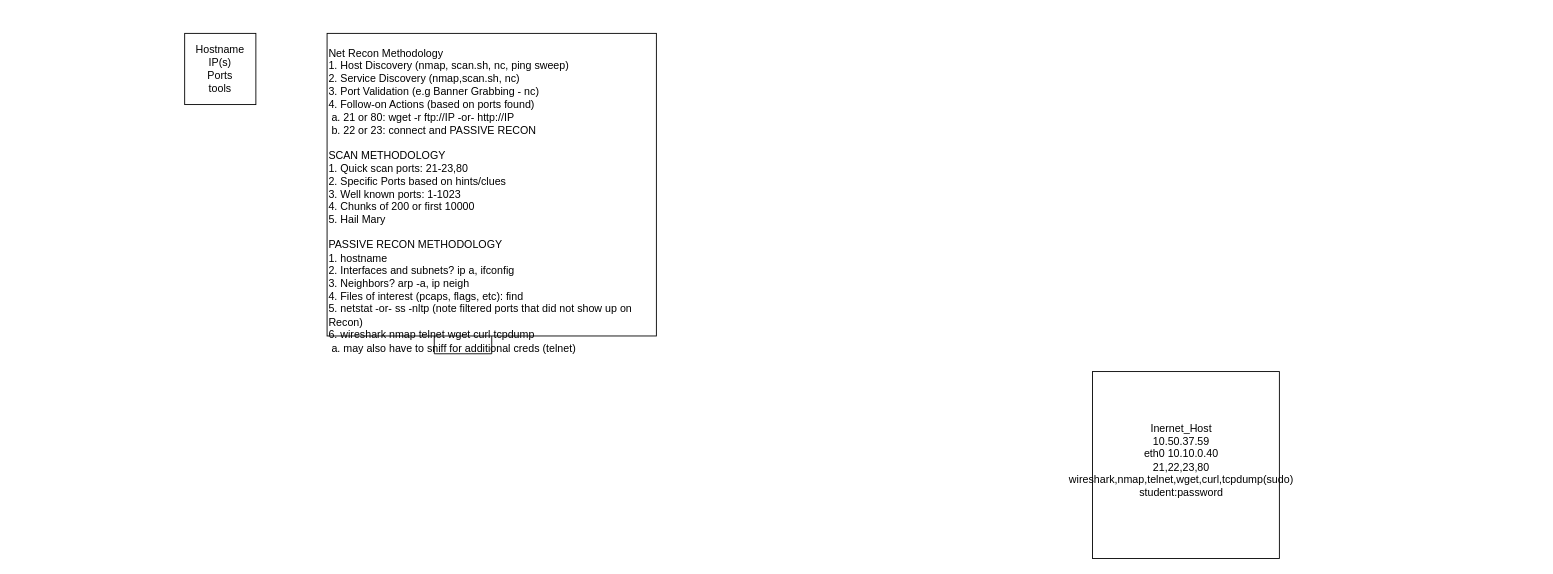
TheWaltuh/COSC-Notes keeps this draw.io diagram as Networking/Vacca/Untitled Diagram.drawio. Above is the earlier version. Source tidied: cells renumbered, new cells numbered last; positions are measured from the earlier drawing's top-left corner, leaving out a move shared by most shapes. Both pictures are drawn from the tidied source at 89%, with x=0, y=0 at pixel (15, 33).
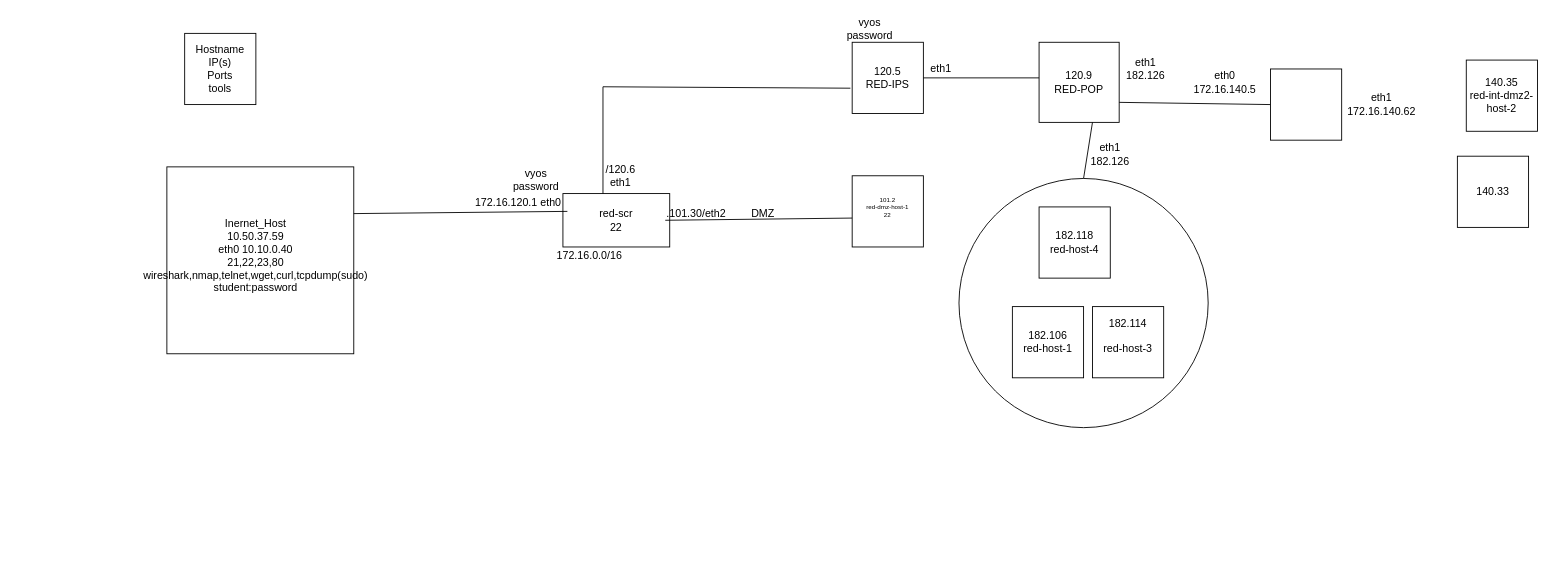
The same page after the edit.

The edit, as a diff of the source:
```diff
@@
+    <mxCell id="9" style="ellipse;whiteSpace=wrap;html=1;" parent="1" vertex="1">
+      <mxGeometry x="1060" y="163" width="280" height="280" as="geometry" />
+    </mxCell>
@@
     <mxCell id="4" style="whiteSpace=wrap;html=1;" parent="1" vertex="1">
-      <mxGeometry x="1210" y="380" width="210" height="210" as="geometry" />
+      <mxGeometry x="170" y="150" width="210" height="210" as="geometry" />
     </mxCell>
     <mxCell id="5" value="&lt;div&gt;Inernet_Host&lt;/div&gt;&lt;div&gt;10.50.37.59&lt;/div&gt;&lt;div&gt;eth0 10.10.0.40&lt;/div&gt;&lt;div&gt;21,22,23,80&lt;/div&gt;&lt;div&gt;wireshark,nmap,telnet,wget,curl,tcpdump(sudo)&lt;/div&gt;&lt;div&gt;student:password&lt;br&gt;&lt;/div&gt;" style="text;html=1;strokeColor=none;fillColor=none;align=center;verticalAlign=middle;whiteSpace=wrap;rounded=0;labelPosition=center;verticalLabelPosition=middle;" parent="1" vertex="1">
-      <mxGeometry x="1210" y="380" width="200" height="200" as="geometry" />
+      <mxGeometry x="170" y="150" width="200" height="200" as="geometry" />
     </mxCell>
-    <mxCell id="6" style="edgeStyle=orthogonalEdgeStyle;rounded=0;jettySize=auto;html=1;" parent="1" edge="1" source="7">
-      <mxGeometry relative="1" as="geometry">
-        <mxPoint x="470" y="240" as="targetPoint" />
-      </mxGeometry>
-    </mxCell>
-    <mxCell id="7" style="rounded=0;whiteSpace=wrap;html=1;" parent="1" vertex="1">
-      <mxGeometry x="350" width="370" height="340" as="geometry" />
-    </mxCell>
-    <mxCell id="8" value="&lt;div&gt;Net Recon Methodology&lt;/div&gt;&lt;div&gt;1. Host Discovery (nmap, scan.sh, nc, ping sweep)&lt;/div&gt;&lt;div&gt;2. Service Discovery (nmap,scan.sh, nc)&lt;/div&gt;&lt;div&gt;3. Port Validation (e.g Banner Grabbing - nc)&lt;/div&gt;&lt;div&gt;4. Follow-on Actions (based on ports found)&lt;/div&gt;&lt;div&gt;&lt;span style=&quot;white-space: pre;&quot;&gt; &lt;/span&gt;a. 21 or 80: wget -r ftp://IP -or- http://IP&lt;/div&gt;&lt;div&gt;&lt;span style=&quot;white-space: pre;&quot;&gt; &lt;/span&gt;b. 22 or 23: connect and PASSIVE RECON&lt;br&gt;&lt;/div&gt;&lt;div&gt;&lt;br&gt;&lt;/div&gt;&lt;div&gt;SCAN METHODOLOGY&lt;/div&gt;&lt;div&gt;1. Quick scan ports: 21-23,80&lt;/div&gt;&lt;div&gt;2. Specific Ports based on hints/clues&lt;/div&gt;&lt;div&gt;3. Well known ports: 1-1023&lt;/div&gt;&lt;div&gt;4. Chunks of 200 or first 10000&lt;/div&gt;&lt;div&gt;5. Hail Mary&lt;br&gt;&lt;/div&gt;&lt;div&gt;&lt;br&gt;&lt;/div&gt;&lt;div&gt;PASSIVE RECON METHODOLOGY&lt;br&gt;&lt;/div&gt;&lt;div&gt;1. hostname&lt;/div&gt;&lt;div&gt;2. Interfaces and subnets? ip a, ifconfig&lt;/div&gt;&lt;div&gt;3. Neighbors? arp -a, ip neigh&lt;/div&gt;&lt;div&gt;4. Files of interest (pcaps, flags, etc): find&lt;/div&gt;&lt;div&gt;5. netstat -or- ss -nltp (note filtered ports that did not show up on Recon)&lt;br&gt;&lt;/div&gt;&lt;div&gt;6. wireshark nmap telnet wget curl tcpdump&lt;/div&gt;&lt;div&gt;&lt;span style=&quot;white-space: pre;&quot;&gt; &lt;/span&gt;a. may also have to sniff for additional creds (telnet)&lt;br&gt;&lt;/div&gt;&lt;div&gt;&lt;br&gt;&lt;/div&gt;" style="text;html=1;strokeColor=none;fillColor=none;align=left;verticalAlign=middle;whiteSpace=wrap;rounded=0;labelPosition=right;verticalLabelPosition=middle;" parent="1" vertex="1">
-      <mxGeometry y="90" width="350" height="210" as="geometry" />
-    </mxCell>
+    <mxCell id="10" value="&lt;div&gt;red-scr&lt;br&gt;&lt;/div&gt;22" style="rounded=0;whiteSpace=wrap;html=1;" parent="1" vertex="1">
+      <mxGeometry x="615" y="180" width="120" height="60" as="geometry" />
+    </mxCell>
+    <mxCell id="11" value="&lt;div&gt;vyos&lt;/div&gt;&lt;div&gt;password&lt;br&gt;&lt;/div&gt;" style="text;html=1;strokeColor=none;fillColor=none;align=center;verticalAlign=middle;whiteSpace=wrap;rounded=0;" parent="1" vertex="1">
+      <mxGeometry x="555" y="150" width="60" height="30" as="geometry" />
+    </mxCell>
+    <mxCell id="12" value="140.33" style="whiteSpace=wrap;html=1;" parent="1" vertex="1">
+      <mxGeometry x="1620" y="138" width="80" height="80" as="geometry" />
+    </mxCell>
+    <mxCell id="13" value="&lt;div&gt;182.114&lt;/div&gt;&lt;div&gt;&lt;br&gt;&lt;/div&gt;&lt;div&gt;red-host-3&lt;/div&gt;&lt;div&gt;&lt;br&gt;&lt;/div&gt;" style="whiteSpace=wrap;html=1;" parent="1" vertex="1">
+      <mxGeometry x="1210" y="307" width="80" height="80" as="geometry" />
+    </mxCell>
+    <mxCell id="14" value="&lt;div&gt;182.118&lt;/div&gt;&lt;div&gt;red-host-4&lt;br&gt;&lt;/div&gt;" style="whiteSpace=wrap;html=1;" parent="1" vertex="1">
+      <mxGeometry x="1150" y="195" width="80" height="80" as="geometry" />
+    </mxCell>
+    <mxCell id="15" value="&lt;div&gt;140.35&lt;/div&gt;red-int-dmz2-host-2" style="whiteSpace=wrap;html=1;" parent="1" vertex="1">
+      <mxGeometry x="1630" y="30" width="80" height="80" as="geometry" />
+    </mxCell>
+    <mxCell id="16" value="&lt;div&gt;182.106&lt;/div&gt;&lt;div&gt;red-host-1&lt;br&gt;&lt;/div&gt;" style="whiteSpace=wrap;html=1;" parent="1" vertex="1">
+      <mxGeometry x="1120" y="307" width="80" height="80" as="geometry" />
+    </mxCell>
+    <mxCell id="17" value="172.16.0.0/16" style="text;html=1;strokeColor=none;fillColor=none;align=center;verticalAlign=middle;whiteSpace=wrap;rounded=0;" parent="1" vertex="1">
+      <mxGeometry x="615" y="235" width="60" height="30" as="geometry" />
+    </mxCell>
+    <mxCell id="18" value="&lt;div style=&quot;font-size: 7px;&quot;&gt;101.2&lt;/div&gt;&lt;div style=&quot;font-size: 7px;&quot;&gt;red-dmz-host-1&lt;/div&gt;&lt;div style=&quot;font-size: 7px;&quot;&gt;22&lt;/div&gt;&lt;div style=&quot;font-size: 7px;&quot;&gt;&lt;br style=&quot;font-size: 7px;&quot;&gt;&lt;/div&gt;" style="whiteSpace=wrap;html=1;fontSize=7;" parent="1" vertex="1">
+      <mxGeometry x="940" y="160" width="80" height="80" as="geometry" />
+    </mxCell>
+    <mxCell id="19" style="endArrow=none;html=1;rounded=0;entryX=0;entryY=0.594;entryDx=0;entryDy=0;entryPerimeter=0;" parent="1" edge="1" target="18">
+      <mxGeometry relative="1" as="geometry">
+        <mxPoint x="730" y="210" as="sourcePoint" />
+      </mxGeometry>
+    </mxCell>
+    <mxCell id="20" value="DMZ" style="text;html=1;strokeColor=none;fillColor=none;align=center;verticalAlign=middle;whiteSpace=wrap;rounded=0;" parent="1" vertex="1">
+      <mxGeometry x="810" y="188" width="60" height="30" as="geometry" />
+    </mxCell>
+    <mxCell id="21" value="&lt;div&gt;.101.30/eth2&lt;/div&gt;&lt;div&gt;&lt;br&gt;&lt;/div&gt;" style="text;html=1;strokeColor=none;fillColor=none;align=center;verticalAlign=middle;whiteSpace=wrap;rounded=0;" parent="1" vertex="1">
+      <mxGeometry x="735" y="195" width="60" height="30" as="geometry" />
+    </mxCell>
+    <mxCell id="22" value="&lt;div&gt;120.5&lt;/div&gt;&lt;div&gt;RED-IPS&lt;br&gt;&lt;/div&gt;" style="whiteSpace=wrap;html=1;" parent="1" vertex="1">
+      <mxGeometry x="940" y="10" width="80" height="80" as="geometry" />
+    </mxCell>
+    <mxCell id="23" style="endArrow=none;html=1;rounded=0;" parent="1" edge="1">
+      <mxGeometry relative="1" as="geometry">
+        <mxPoint x="660" y="180" as="sourcePoint" />
+        <mxPoint x="660" y="60" as="targetPoint" />
+      </mxGeometry>
+    </mxCell>
+    <mxCell id="24" style="endArrow=none;html=1;rounded=0;entryX=-0.025;entryY=0.645;entryDx=0;entryDy=0;entryPerimeter=0;" parent="1" edge="1" target="22">
+      <mxGeometry relative="1" as="geometry">
+        <mxPoint x="660" y="60" as="sourcePoint" />
+      </mxGeometry>
+    </mxCell>
+    <mxCell id="25" value="/120.6 eth1" style="text;html=1;strokeColor=none;fillColor=none;align=center;verticalAlign=middle;whiteSpace=wrap;rounded=0;" parent="1" vertex="1">
+      <mxGeometry x="650" y="145" width="60" height="30" as="geometry" />
+    </mxCell>
+    <mxCell id="26" value="&lt;div&gt;vyos&lt;/div&gt;&lt;div&gt;password&lt;br&gt;&lt;/div&gt;" style="text;html=1;strokeColor=none;fillColor=none;align=center;verticalAlign=middle;whiteSpace=wrap;rounded=0;" parent="1" vertex="1">
+      <mxGeometry x="930" y="-20" width="60" height="30" as="geometry" />
+    </mxCell>
+    <mxCell id="27" value="&lt;div&gt;120.9&lt;/div&gt;&lt;div&gt;RED-POP&lt;/div&gt;" style="whiteSpace=wrap;html=1;" parent="1" vertex="1">
+      <mxGeometry x="1150" y="10" width="90" height="90" as="geometry" />
+    </mxCell>
+    <mxCell id="28" style="endArrow=none;html=1;rounded=0;exitX=1;exitY=0.25;exitDx=0;exitDy=0;" parent="1" edge="1" source="4">
+      <mxGeometry relative="1" as="geometry">
+        <mxPoint x="620" y="200" as="targetPoint" />
+      </mxGeometry>
+    </mxCell>
+    <mxCell id="29" value="172.16.120.1 eth0" style="text;html=1;strokeColor=none;fillColor=none;align=center;verticalAlign=middle;whiteSpace=wrap;rounded=0;" parent="1" vertex="1">
+      <mxGeometry x="470" y="175" width="190" height="30" as="geometry" />
+    </mxCell>
+    <mxCell id="30" style="endArrow=none;html=1;rounded=0;" parent="1" edge="1" source="22">
+      <mxGeometry relative="1" as="geometry">
+        <mxPoint x="1150" y="50" as="targetPoint" />
+      </mxGeometry>
+    </mxCell>
+    <mxCell id="31" value="eth1" style="text;html=1;strokeColor=none;fillColor=none;align=center;verticalAlign=middle;whiteSpace=wrap;rounded=0;" parent="1" vertex="1">
+      <mxGeometry x="1010" y="25" width="60" height="30" as="geometry" />
+    </mxCell>
+    <mxCell id="32" value="eth1 182.126" style="text;html=1;strokeColor=none;fillColor=none;align=center;verticalAlign=middle;whiteSpace=wrap;rounded=0;" parent="1" vertex="1">
+      <mxGeometry x="1240" y="25" width="60" height="30" as="geometry" />
+    </mxCell>
+    <mxCell id="33" style="endArrow=none;html=1;rounded=0;entryX=0;entryY=0.875;entryDx=0;entryDy=0;entryPerimeter=0;exitX=1;exitY=0.75;exitDx=0;exitDy=0;" parent="1" edge="1" source="27">
+      <mxGeometry relative="1" as="geometry">
+        <mxPoint x="1410" y="80" as="targetPoint" />
+      </mxGeometry>
+    </mxCell>
+    <mxCell id="34" style="whiteSpace=wrap;html=1;" parent="1" vertex="1">
+      <mxGeometry x="1410" y="40" width="80" height="80" as="geometry" />
+    </mxCell>
+    <mxCell id="35" value="&lt;div&gt;eth1&lt;/div&gt;&lt;div&gt;172.16.140.62&lt;br&gt;&lt;/div&gt;" style="text;html=1;strokeColor=none;fillColor=none;align=center;verticalAlign=middle;whiteSpace=wrap;rounded=0;" parent="1" vertex="1">
+      <mxGeometry x="1480" y="65" width="110" height="30" as="geometry" />
+    </mxCell>
+    <mxCell id="36" value="&lt;div&gt;eth0&lt;/div&gt;&lt;div&gt;172.16.140.5&lt;/div&gt;" style="text;html=1;strokeColor=none;fillColor=none;align=center;verticalAlign=middle;whiteSpace=wrap;rounded=0;" parent="1" vertex="1">
+      <mxGeometry x="1304" y="40" width="110" height="30" as="geometry" />
+    </mxCell>
+    <mxCell id="37" style="endArrow=none;html=1;rounded=0;exitX=0.5;exitY=0;exitDx=0;exitDy=0;" parent="1" edge="1" source="9">
+      <mxGeometry relative="1" as="geometry">
+        <mxPoint x="1210" y="100" as="targetPoint" />
+      </mxGeometry>
+    </mxCell>
+    <mxCell id="38" value="eth1&lt;br&gt;182.126" style="text;html=1;strokeColor=none;fillColor=none;align=center;verticalAlign=middle;whiteSpace=wrap;rounded=0;" parent="1" vertex="1">
+      <mxGeometry x="1200" y="121" width="60" height="30" as="geometry" />
+    </mxCell>
```
